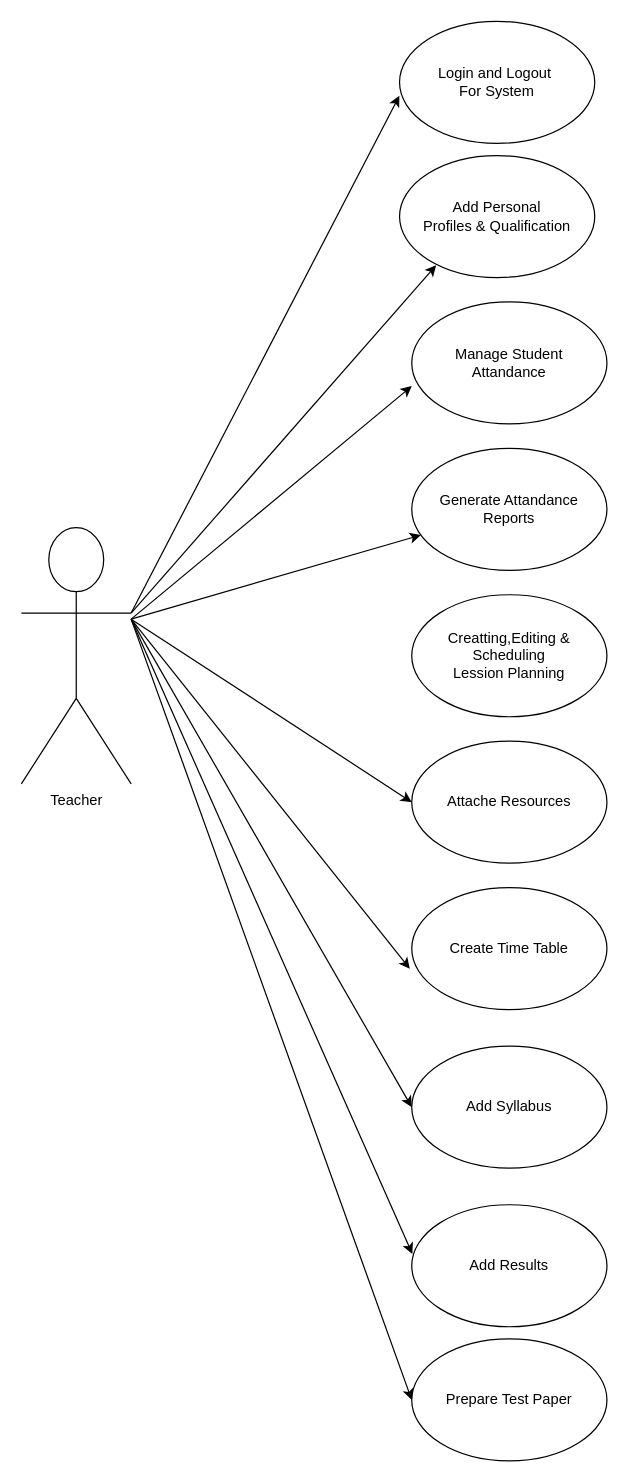
This is Use Case Diagram/Teacher Module.drawio from satanijatin/PythonProject, a draw.io file, before an edit. Source tidied: cells renumbered, new cells numbered last; positions are measured from the earlier drawing's top-left corner, leaving out a move shared by most shapes. Both pictures are drawn from the tidied source at 122%, with x=0, y=0 at pixel (21, 21).
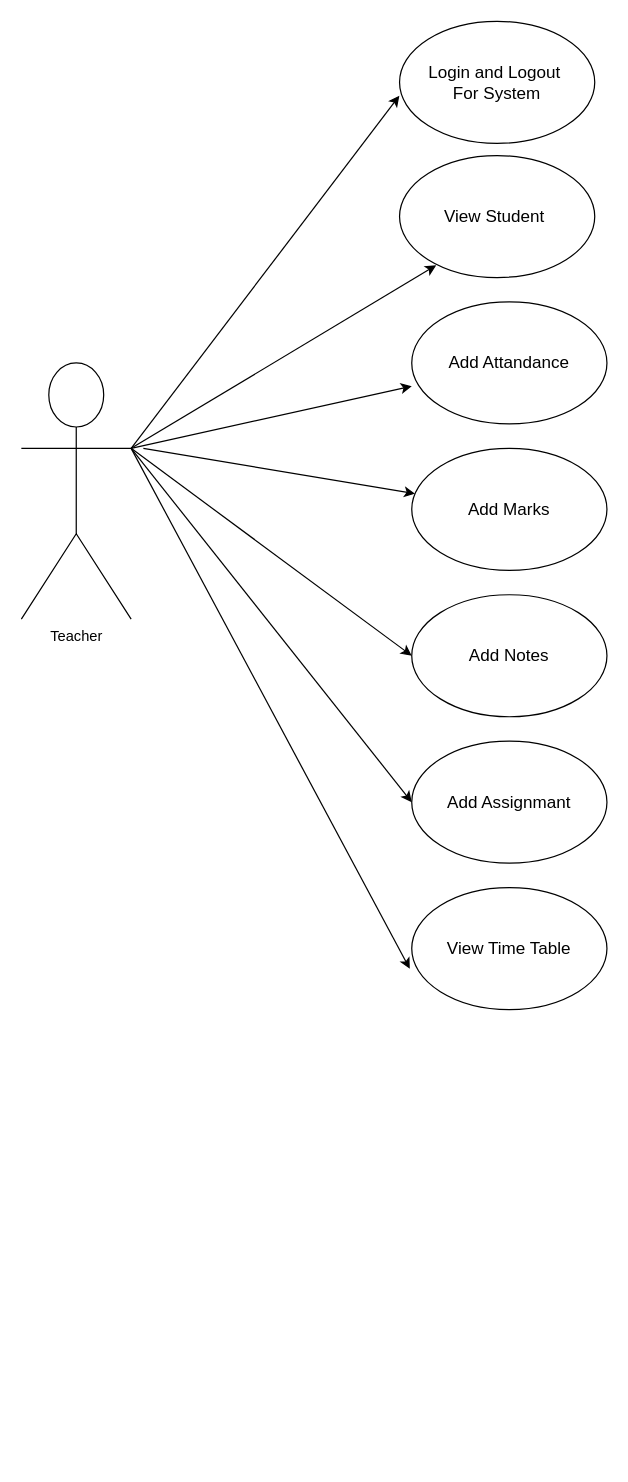
The same page after the edit.

What changed in the source:
```diff
@@
     <mxCell id="2" value="Teacher" style="shape=umlActor;verticalLabelPosition=bottom;verticalAlign=top;html=1;outlineConnect=0;" parent="1" vertex="1">
-      <mxGeometry y="415" width="90" height="210" as="geometry" />
+      <mxGeometry y="280" width="90" height="210" as="geometry" />
     </mxCell>
-    <mxCell id="3" value="&lt;font style=&quot;font-size: 12px;&quot;&gt;Login and Logout&amp;nbsp;&lt;br&gt;For System&lt;br&gt;&lt;/font&gt;" style="ellipse;whiteSpace=wrap;html=1;" parent="1" vertex="1">
+    <mxCell id="3" value="&lt;font style=&quot;font-size: 14px;&quot;&gt;Login and Logout&amp;nbsp;&lt;br&gt;For System&lt;br&gt;&lt;/font&gt;" style="ellipse;whiteSpace=wrap;html=1;" parent="1" vertex="1">
       <mxGeometry x="310" width="160" height="100" as="geometry" />
     </mxCell>
-    <mxCell id="4" value="&lt;font style=&quot;font-size: 12px;&quot;&gt;Add Personal &lt;br&gt;Profiles &amp;amp; Qualification&lt;/font&gt;" style="ellipse;whiteSpace=wrap;html=1;" parent="1" vertex="1">
+    <mxCell id="4" value="&lt;font style=&quot;font-size: 14px;&quot;&gt;View Student&amp;nbsp;&lt;/font&gt;" style="ellipse;whiteSpace=wrap;html=1;" parent="1" vertex="1">
       <mxGeometry x="310" y="110" width="160" height="100" as="geometry" />
     </mxCell>
-    <mxCell id="5" value="Manage Student &lt;br&gt;Attandance" style="ellipse;whiteSpace=wrap;html=1;" parent="1" vertex="1">
+    <mxCell id="5" value="&lt;font style=&quot;font-size: 14px;&quot;&gt;Add Attandance&lt;/font&gt;" style="ellipse;whiteSpace=wrap;html=1;" parent="1" vertex="1">
       <mxGeometry x="320" y="230" width="160" height="100" as="geometry" />
     </mxCell>
-    <mxCell id="6" value="Generate Attandance Reports" style="ellipse;whiteSpace=wrap;html=1;" parent="1" vertex="1">
+    <mxCell id="6" value="&lt;font style=&quot;font-size: 14px;&quot;&gt;Add Marks&lt;/font&gt;" style="ellipse;whiteSpace=wrap;html=1;" parent="1" vertex="1">
       <mxGeometry x="320" y="350" width="160" height="100" as="geometry" />
     </mxCell>
-    <mxCell id="7" value="Creatting,Editing &amp;amp; Scheduling &lt;br&gt;Lession Planning" style="ellipse;whiteSpace=wrap;html=1;" parent="1" vertex="1">
+    <mxCell id="7" value="&lt;font style=&quot;font-size: 14px;&quot;&gt;Add Notes&lt;/font&gt;" style="ellipse;whiteSpace=wrap;html=1;" parent="1" vertex="1">
       <mxGeometry x="320" y="470" width="160" height="100" as="geometry" />
     </mxCell>
-    <mxCell id="8" value="Add Results" style="ellipse;whiteSpace=wrap;html=1;" parent="1" vertex="1">
-      <mxGeometry x="320" y="970" width="160" height="100" as="geometry" />
-    </mxCell>
-    <mxCell id="9" value="Add Syllabus" style="ellipse;whiteSpace=wrap;html=1;" parent="1" vertex="1">
-      <mxGeometry x="320" y="840" width="160" height="100" as="geometry" />
-    </mxCell>
-    <mxCell id="10" value="Create Time Table" style="ellipse;whiteSpace=wrap;html=1;" parent="1" vertex="1">
+    <mxCell id="10" value="&lt;font style=&quot;font-size: 14px;&quot;&gt;View Time Table&lt;/font&gt;" style="ellipse;whiteSpace=wrap;html=1;" parent="1" vertex="1">
       <mxGeometry x="320" y="710" width="160" height="100" as="geometry" />
     </mxCell>
-    <mxCell id="11" value="Attache Resources" style="ellipse;whiteSpace=wrap;html=1;" parent="1" vertex="1">
+    <mxCell id="11" value="&lt;font style=&quot;font-size: 14px;&quot;&gt;Add Assignmant&lt;/font&gt;" style="ellipse;whiteSpace=wrap;html=1;" parent="1" vertex="1">
       <mxGeometry x="320" y="590" width="160" height="100" as="geometry" />
     </mxCell>
-    <mxCell id="12" value="&lt;font style=&quot;font-size: 12px;&quot;&gt;Prepare Test Paper&lt;br&gt;&lt;/font&gt;" style="ellipse;whiteSpace=wrap;html=1;" parent="1" vertex="1">
-      <mxGeometry x="320" y="1080" width="160" height="100" as="geometry" />
-    </mxCell>
@@
     <mxCell id="15" style="endArrow=classic;html=1;rounded=0;" parent="1" edge="1">
       <mxGeometry relative="1" as="geometry">
-        <mxPoint x="90" y="490" as="sourcePoint" />
+        <mxPoint x="90" y="350" as="sourcePoint" />
         <mxPoint x="320" y="299" as="targetPoint" />
       </mxGeometry>
     </mxCell>
     <mxCell id="16" style="endArrow=classic;html=1;rounded=0;" parent="1" edge="1" target="6">
       <mxGeometry relative="1" as="geometry">
-        <mxPoint x="90" y="490" as="sourcePoint" />
+        <mxPoint x="100" y="350" as="sourcePoint" />
       </mxGeometry>
     </mxCell>
     <mxCell id="17" style="endArrow=classic;html=1;rounded=0;entryX=0;entryY=0.5;entryDx=0;entryDy=0;" parent="1" edge="1" target="11">
       <mxGeometry relative="1" as="geometry">
-        <mxPoint x="90" y="490" as="sourcePoint" />
+        <mxPoint x="90" y="350" as="sourcePoint" />
       </mxGeometry>
     </mxCell>
     <mxCell id="18" style="endArrow=classic;html=1;rounded=0;entryX=-0.01;entryY=0.666;entryDx=0;entryDy=0;entryPerimeter=0;" parent="1" edge="1" target="10">
       <mxGeometry relative="1" as="geometry">
-        <mxPoint x="90" y="490" as="sourcePoint" />
+        <mxPoint x="90" y="350" as="sourcePoint" />
       </mxGeometry>
     </mxCell>
-    <mxCell id="19" style="endArrow=classic;html=1;rounded=0;entryX=0;entryY=0.5;entryDx=0;entryDy=0;" parent="1" edge="1" target="9">
-      <mxGeometry relative="1" as="geometry">
-        <mxPoint x="90" y="490" as="sourcePoint" />
-      </mxGeometry>
-    </mxCell>
-    <mxCell id="20" style="endArrow=classic;html=1;rounded=0;entryX=0.003;entryY=0.403;entryDx=0;entryDy=0;entryPerimeter=0;" parent="1" edge="1" target="8">
-      <mxGeometry relative="1" as="geometry">
-        <mxPoint x="90" y="490" as="sourcePoint" />
-      </mxGeometry>
-    </mxCell>
-    <mxCell id="21" style="endArrow=classic;html=1;rounded=0;entryX=0;entryY=0.5;entryDx=0;entryDy=0;" parent="1" edge="1" target="12">
-      <mxGeometry relative="1" as="geometry">
-        <mxPoint x="90" y="490" as="sourcePoint" />
-      </mxGeometry>
-    </mxCell>
+    <mxCell id="22" style="endArrow=classic;html=1;rounded=0;entryX=0;entryY=0.5;entryDx=0;entryDy=0;" parent="1" edge="1" target="7">
+      <mxGeometry relative="1" as="geometry">
+        <mxPoint x="90" y="350" as="sourcePoint" />
+      </mxGeometry>
+    </mxCell>
```
